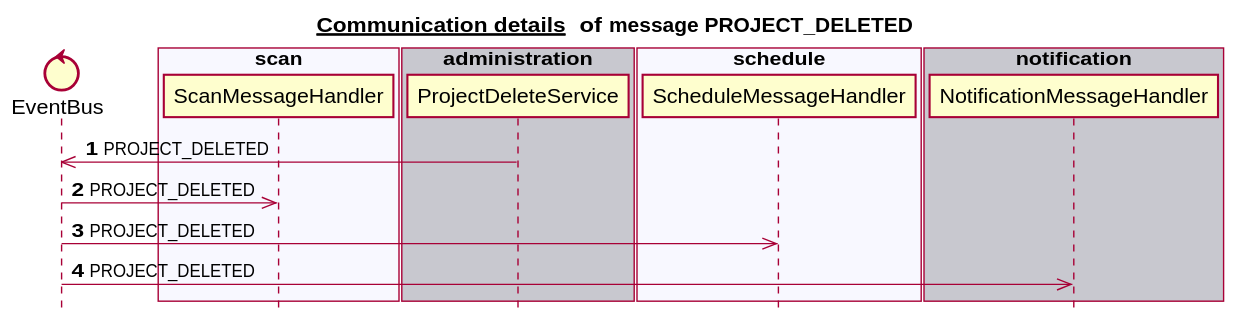
This is docs/latest/images/gen_domain_messaging_project_deleted.svg from mercedes-benz/sechub, a PlantUML export, as it was before one commit.
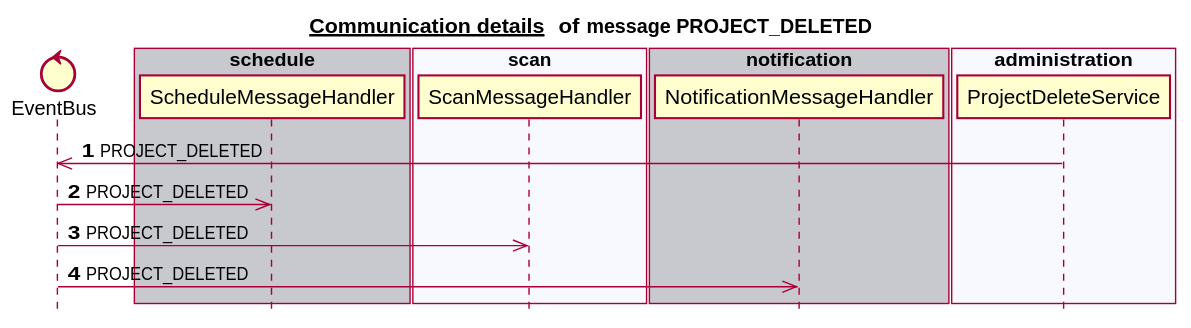
The same diagram one commit later.

Change to the diagram source:
```diff
@@ -6,24 +6,24 @@
 
 
 control EventBus
-box "authorization" #C8C8CF
+box "schedule" #C8C8CF
+   participant ScheduleMessageHandler
 end box
 box "scan" #F8F8FF
    participant ScanMessageHandler
 end box
-box "administration" #C8C8CF
-   participant ProjectDeleteService
-end box
-box "schedule" #F8F8FF
-   participant ScheduleMessageHandler
-end box
 box "notification" #C8C8CF
    participant NotificationMessageHandler
 end box
+box "administration" #F8F8FF
+   participant ProjectDeleteService
+end box
+box "authorization" #C8C8CF
+end box
 autonumber 1
 ProjectDeleteService ->> EventBus:PROJECT_DELETED
+EventBus ->> ScheduleMessageHandler:PROJECT_DELETED
 EventBus ->> ScanMessageHandler:PROJECT_DELETED
-EventBus ->> ScheduleMessageHandler:PROJECT_DELETED
 EventBus ->> NotificationMessageHandler:PROJECT_DELETED
 autonumber stop
 
```
